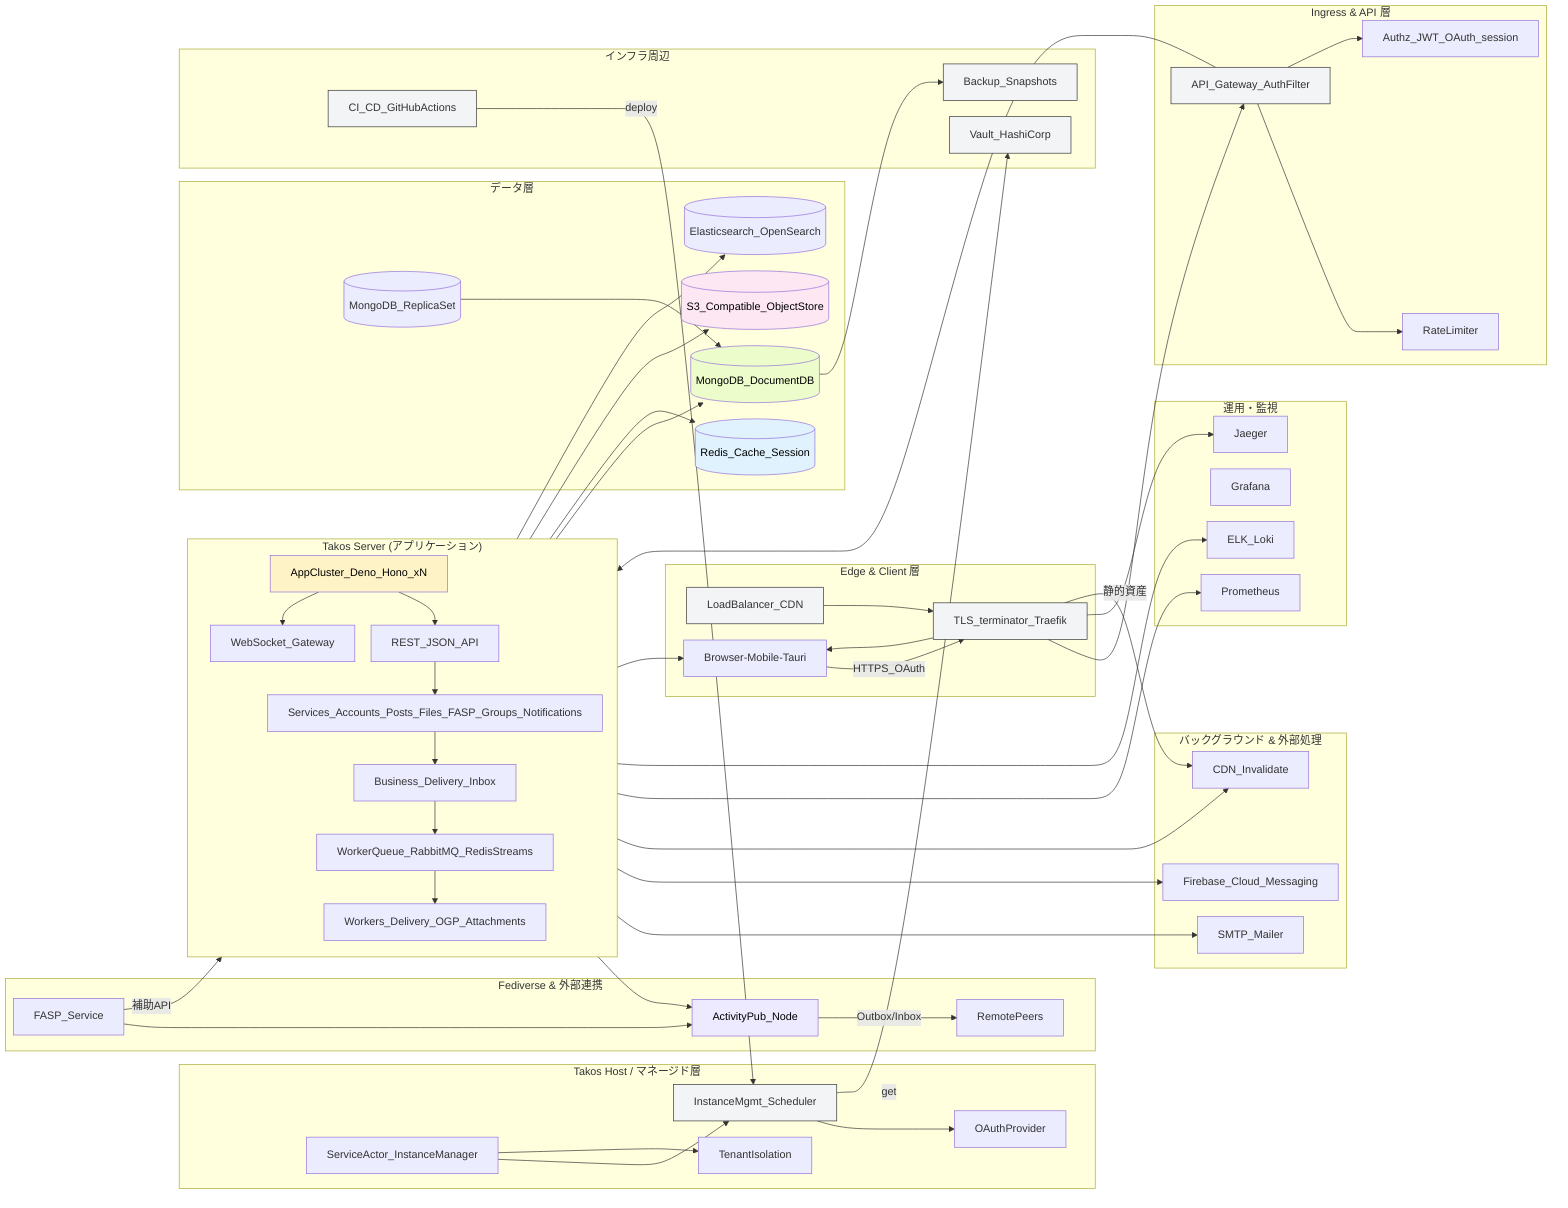
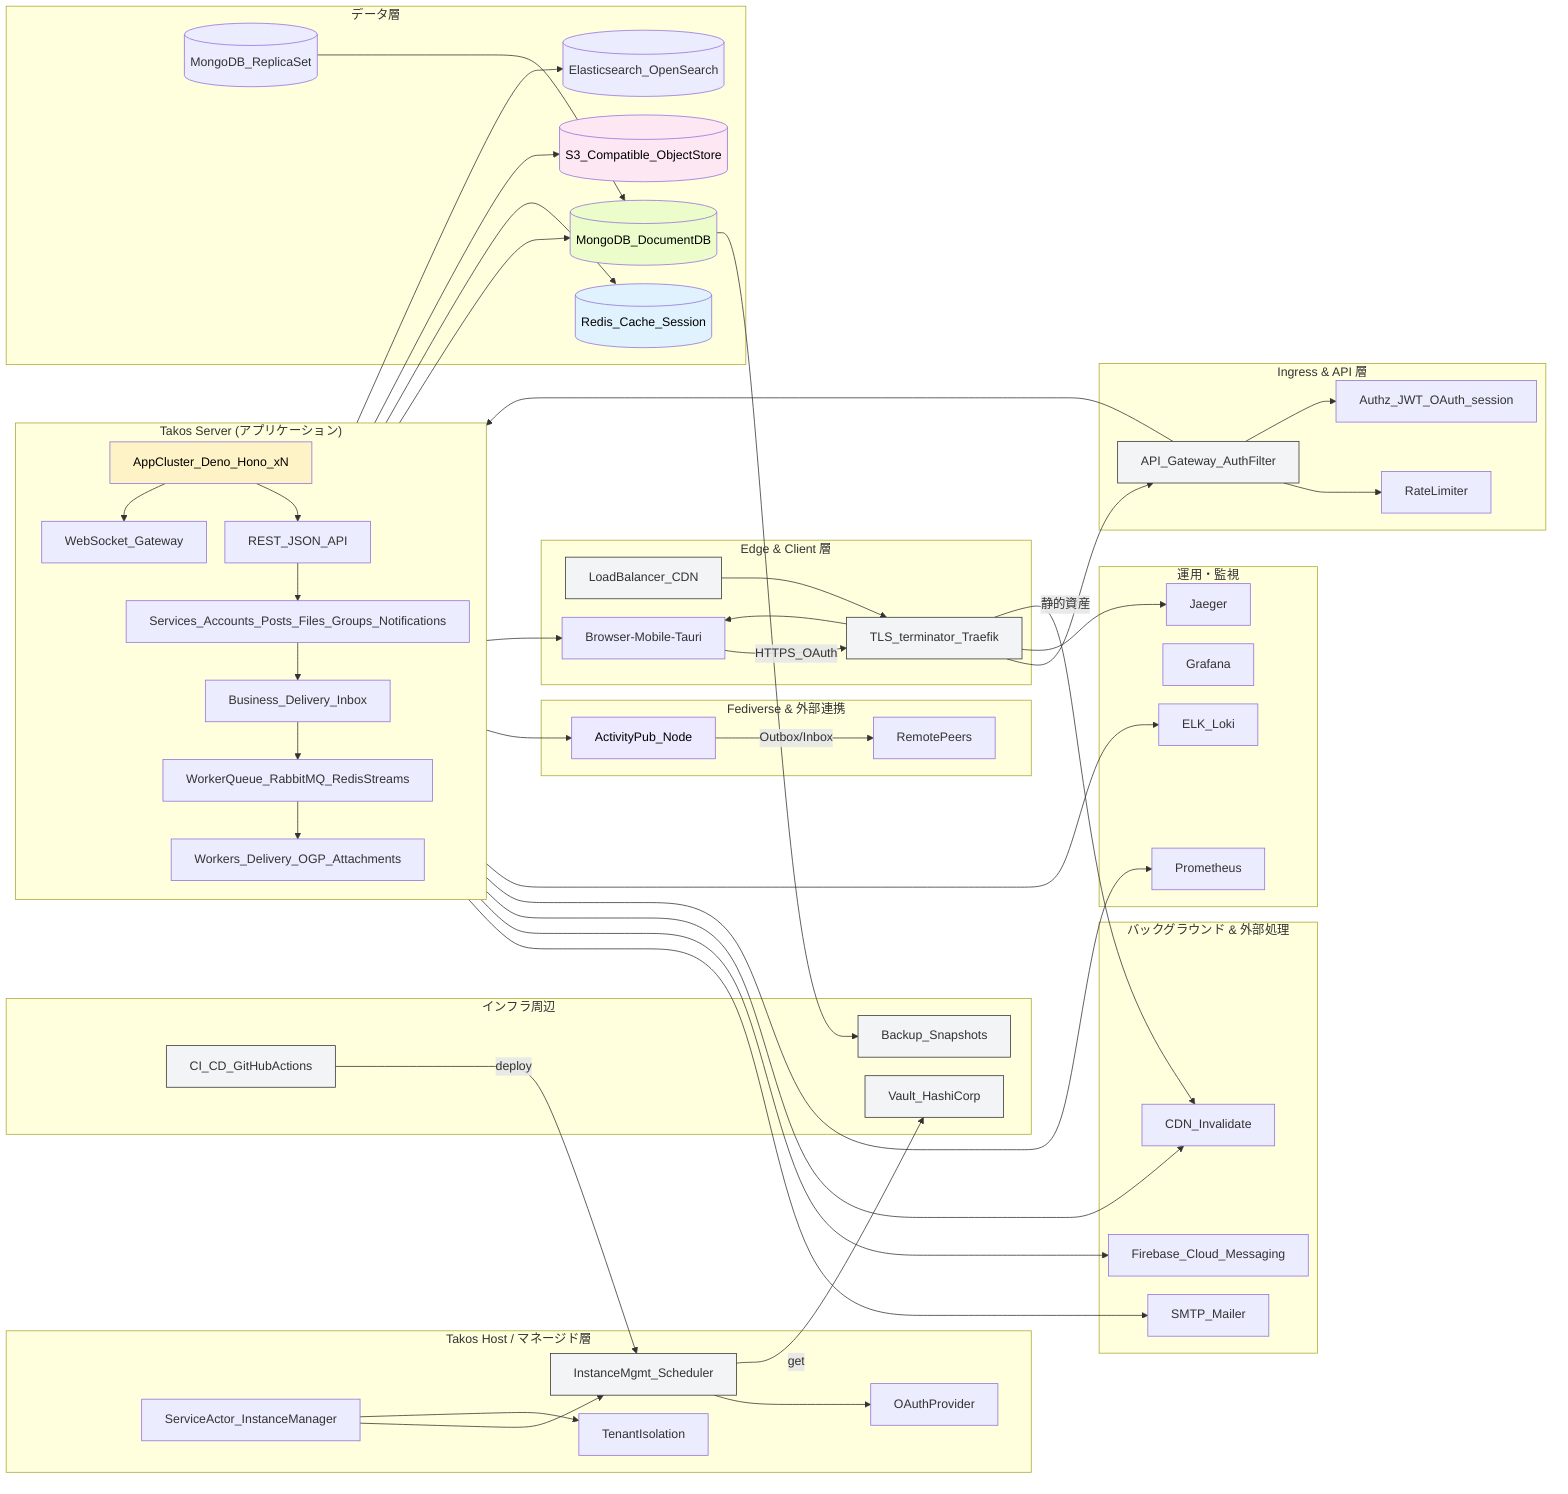
%%{init: {"flowchart": {"nodeSpacing": 24, "rankSpacing": 24}, "themeVariables": {"edgeLength": 20}}}%%
flowchart LR
    %% Takos 高忠実度アーキテクチャ図
    subgraph "Edge & Client 層"
        ALB[LoadBalancer_CDN]
        ALB --> Proxy[TLS_terminator_Traefik]
        Proxy --> Client[Browser-Mobile-Tauri]
        Client -->|HTTPS_OAuth| Proxy
    end

    subgraph "Ingress & API 層"
        Proxy --> APIGW[API_Gateway_AuthFilter]
        APIGW --> RateLimiter[RateLimiter]
        APIGW --> Authz[Authz_JWT_OAuth_session]
    end

    subgraph "Takos Server (アプリケーション)"
        direction TB
        AppCluster[AppCluster_Deno_Hono_xN] --> WebSocketGW[WebSocket_Gateway]
        AppCluster --> REST[REST_JSON_API]
-         REST --> Services[Services_Accounts_Posts_Files_FASP_Groups_Notifications]
+         REST --> Services[Services_Accounts_Posts_Files_Groups_Notifications]
        Services --> Business[Business_Delivery_Inbox]
        Business --> WorkerQueue[WorkerQueue_RabbitMQ_RedisStreams]
        WorkerQueue --> Workers[Workers_Delivery_OGP_Attachments]
    end

    subgraph "Takos Host / マネージド層"
        ServiceActor[ServiceActor_InstanceManager]
        ServiceActor --> InstanceMgmt[InstanceMgmt_Scheduler]
        InstanceMgmt --> OAuthProvider[OAuthProvider]
        ServiceActor --> TenantIsolate[TenantIsolation]
    end

    subgraph "Fediverse & 外部連携"
        ActivityPub[ActivityPub_Node]
-         FASP[FASP_Service]
        ActivityPub -->|Outbox/Inbox| RemotePeers[RemotePeers]
-         FASP --> ActivityPub
    end

    subgraph "データ層"
        DB[(MongoDB_DocumentDB)]
        DBReplica[(MongoDB_ReplicaSet)]
        Cache[(Redis_Cache_Session)]
        ObjectStore[(S3_Compatible_ObjectStore)]
        Search[(Elasticsearch_OpenSearch)]
        DBReplica --> DB
        Services --> DB
        Services --> Cache
        Services --> ObjectStore
        Services --> Search
    end

    subgraph "バックグラウンド & 外部処理"
        Workers --> Email[SMTP_Mailer]
        Workers --> Push[Firebase_Cloud_Messaging]
        Workers --> CDN[CDN_Invalidate]
    end

    subgraph "運用・監視"
        Prom[Prometheus]
        Graf[Grafana]
        Logs[ELK_Loki]
        Traces[Jaeger]
        AppCluster --> Prom
        Workers --> Logs
        Proxy --> Traces
    end

    subgraph "インフラ周辺"
        CI[CI_CD_GitHubActions]
        Vault[Vault_HashiCorp]
        Backup[Backup_Snapshots]
        CI -->|deploy| InstanceMgmt
        InstanceMgmt -->|get| Vault
        DB --> Backup
    end

    %% 主要接続
    APIGW --> AppCluster
    AppCluster --> ActivityPub
-     FASP -->|補助API| Services
    WebSocketGW --> Client
    Proxy -->|静的資産| CDN

    %% 補助ラベル
    classDef infra fill:#f3f4f6,stroke:#333
    class ALB,Proxy,APIGW,InstanceMgmt,CI,Vault,Backup infra

    style AppCluster fill:#fef3c7,color:#000
    style DB fill:#ecfccb,color:#000
    style Cache fill:#e0f2fe,color:#000
    style ObjectStore fill:#fce7f3,color:#000
    style ActivityPub fill:#ede9fe,color:#000

    %% ノート: 矢印は主なデータフローを表します。設計によりフェデレーション、非同期配信、可観測性、バックアップ、テナント分離が明確になります。
